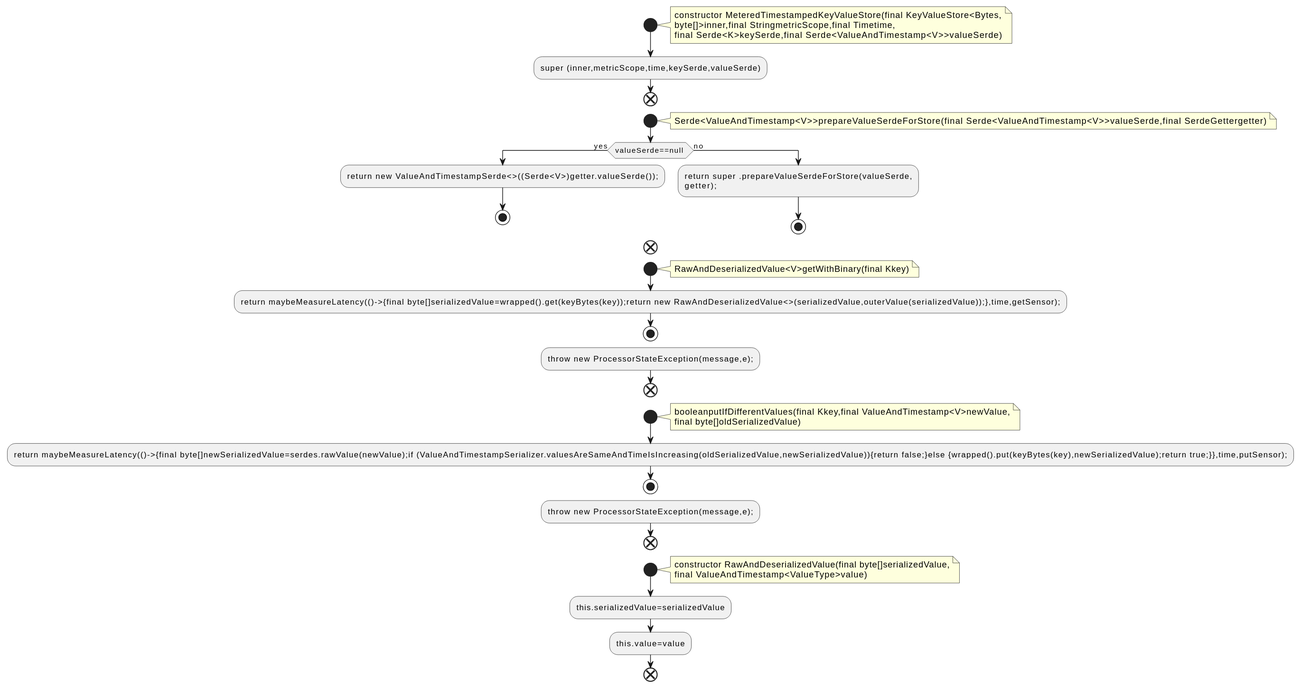
Before: docs/qc/streams/src/main/java/org/apache/kafka/streams/state/internals/MeteredTimestampedKeyValueStore.java.fct.svg, a diagram exported from PlantUML (qualitesys/kafka). The source it was exported from:
```plantuml
@startuml
!pragma layout smetana
start
note right
constructor MeteredTimestampedKeyValueStore(final KeyValueStore<Bytes,
byte[]>inner,final StringmetricScope,final Timetime,
final Serde<K>keySerde,final Serde<ValueAndTimestamp<V>>valueSerde)
end note
:super (inner,metricScope,time,keySerde,valueSerde);
end
start
note right
Serde<ValueAndTimestamp<V>>prepareValueSerdeForStore(final Serde<ValueAndTimestamp<V>>valueSerde,final SerdeGettergetter)
end note
if (valueSerde==null ) then (yes)
:return new ValueAndTimestampSerde<>((Serde<V>)getter.valueSerde());;
stop
else (no)
:return super .prepareValueSerdeForStore(valueSerde,
getter);;
stop
endif
end
start
note right
RawAndDeserializedValue<V>getWithBinary(final Kkey)
end note
:return maybeMeasureLatency(()->{final byte[]serializedValue=wrapped().get(keyBytes(key));return new RawAndDeserializedValue<>(serializedValue,outerValue(serializedValue));},time,getSensor);;
stop
:throw new ProcessorStateException(message,e);;
end
start
note right
booleanputIfDifferentValues(final Kkey,final ValueAndTimestamp<V>newValue,
final byte[]oldSerializedValue)
end note
:return maybeMeasureLatency(()->{final byte[]newSerializedValue=serdes.rawValue(newValue);if (ValueAndTimestampSerializer.valuesAreSameAndTimeIsIncreasing(oldSerializedValue,newSerializedValue)){return false;}else {wrapped().put(keyBytes(key),newSerializedValue);return true;}},time,putSensor);;
stop
:throw new ProcessorStateException(message,e);;
end
start
note right
constructor RawAndDeserializedValue(final byte[]serializedValue,
final ValueAndTimestamp<ValueType>value)
end note
:this.serializedValue=serializedValue;
:this.value=value;
end
@enduml
```
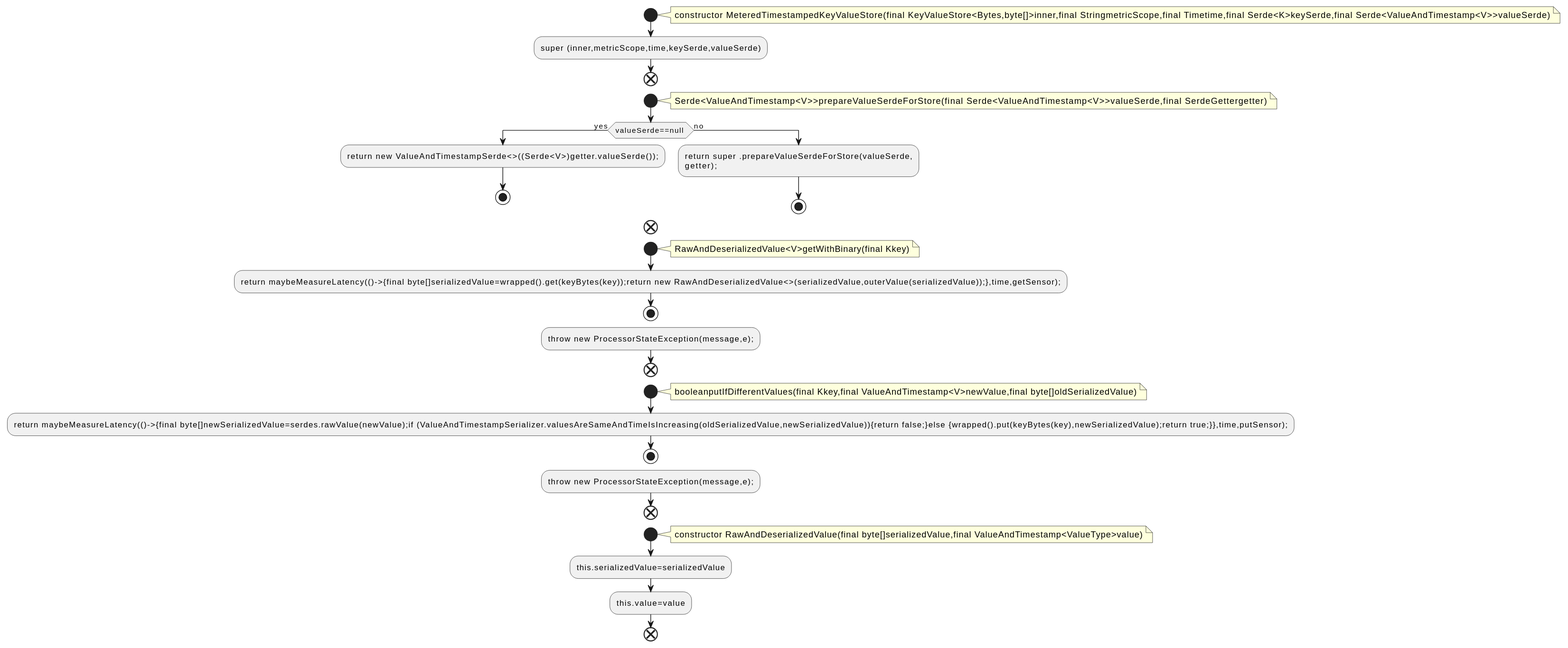
The same diagram one commit later.

Change to the diagram source:
```diff
@@ -2,9 +2,7 @@
 !pragma layout smetana
 start
 note right
-constructor MeteredTimestampedKeyValueStore(final KeyValueStore<Bytes,
-byte[]>inner,final StringmetricScope,final Timetime,
-final Serde<K>keySerde,final Serde<ValueAndTimestamp<V>>valueSerde)
+constructor MeteredTimestampedKeyValueStore(final KeyValueStore<Bytes,byte[]>inner,final StringmetricScope,final Timetime,final Serde<K>keySerde,final Serde<ValueAndTimestamp<V>>valueSerde)
 end note
 :super (inner,metricScope,time,keySerde,valueSerde);
 end
@@ -31,8 +29,7 @@
 end
 start
 note right
-booleanputIfDifferentValues(final Kkey,final ValueAndTimestamp<V>newValue,
-final byte[]oldSerializedValue)
+booleanputIfDifferentValues(final Kkey,final ValueAndTimestamp<V>newValue,final byte[]oldSerializedValue)
 end note
 :return maybeMeasureLatency(()->{final byte[]newSerializedValue=serdes.rawValue(newValue);if (ValueAndTimestampSerializer.valuesAreSameAndTimeIsIncreasing(oldSerializedValue,newSerializedValue)){return false;}else {wrapped().put(keyBytes(key),newSerializedValue);return true;}},time,putSensor);;
 stop
@@ -40,8 +37,7 @@
 end
 start
 note right
-constructor RawAndDeserializedValue(final byte[]serializedValue,
-final ValueAndTimestamp<ValueType>value)
+constructor RawAndDeserializedValue(final byte[]serializedValue,final ValueAndTimestamp<ValueType>value)
 end note
 :this.serializedValue=serializedValue;
 :this.value=value;
```
